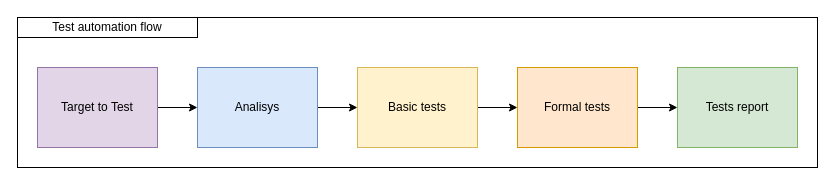
Before: page "Página-1" (1 of 2) of automationOverview.drawio in AvilaGTZ/TestAutomationWorkshop, a draw.io diagram. Source tidied: cells renumbered, new cells numbered last; positions are measured from the earlier drawing's top-left corner, leaving out a move shared by most shapes. Both pictures are drawn from the tidied source at 100%, with x=0, y=0 at pixel (17, 17).
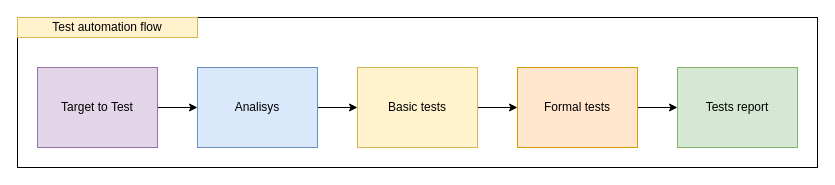
The same diagram, later.

Commit message:
Diagram updated with formal test proposal

The edit, as a diff of the source:
```diff
@@
 <mxGraphModel>
   <root>
     <mxCell id="0" />
     <mxCell id="1" parent="0" />
     <mxCell id="2" style="rounded=0;whiteSpace=wrap;html=1;" parent="1" vertex="1">
       <mxGeometry width="800" height="150" as="geometry" />
     </mxCell>
     <mxCell id="3" style="edgeStyle=orthogonalEdgeStyle;rounded=0;jettySize=auto;html=1;" parent="1" edge="1" source="4" target="6">
       <mxGeometry relative="1" as="geometry" />
     </mxCell>
     <mxCell id="4" value="Target to Test" style="rounded=0;whiteSpace=wrap;html=1;fillColor=#e1d5e7;strokeColor=#9673a6;" parent="1" vertex="1">
       <mxGeometry x="20" y="50" width="120" height="80" as="geometry" />
     </mxCell>
     <mxCell id="5" style="edgeStyle=orthogonalEdgeStyle;rounded=0;jettySize=auto;html=1;" parent="1" edge="1" source="6" target="8">
       <mxGeometry relative="1" as="geometry" />
     </mxCell>
     <mxCell id="6" value="Analisys" style="rounded=0;whiteSpace=wrap;html=1;fillColor=#dae8fc;strokeColor=#6c8ebf;" parent="1" vertex="1">
       <mxGeometry x="180" y="50" width="120" height="80" as="geometry" />
     </mxCell>
     <mxCell id="7" style="edgeStyle=orthogonalEdgeStyle;rounded=0;jettySize=auto;html=1;" parent="1" edge="1" source="8" target="10">
       <mxGeometry relative="1" as="geometry" />
     </mxCell>
     <mxCell id="8" value="Basic tests" style="rounded=0;whiteSpace=wrap;html=1;fillColor=#fff2cc;strokeColor=#d6b656;" parent="1" vertex="1">
       <mxGeometry x="340" y="50" width="120" height="80" as="geometry" />
     </mxCell>
     <mxCell id="9" style="edgeStyle=orthogonalEdgeStyle;rounded=0;jettySize=auto;html=1;" parent="1" edge="1" source="10" target="11">
       <mxGeometry relative="1" as="geometry" />
     </mxCell>
     <mxCell id="10" value="Formal tests" style="rounded=0;whiteSpace=wrap;html=1;fillColor=#ffe6cc;strokeColor=#d79b00;" parent="1" vertex="1">
       <mxGeometry x="500" y="50" width="120" height="80" as="geometry" />
     </mxCell>
     <mxCell id="11" value="Tests report" style="rounded=0;whiteSpace=wrap;html=1;fillColor=#d5e8d4;strokeColor=#82b366;" parent="1" vertex="1">
       <mxGeometry x="660" y="50" width="120" height="80" as="geometry" />
     </mxCell>
-    <mxCell id="12" value="Test automation flow" style="rounded=0;whiteSpace=wrap;html=1;" parent="1" vertex="1">
+    <mxCell id="12" value="Test automation flow" style="rounded=0;whiteSpace=wrap;html=1;fillColor=#fff2cc;strokeColor=#d6b656;" parent="1" vertex="1">
       <mxGeometry width="180" height="20" as="geometry" />
     </mxCell>
   </root>
 </mxGraphModel>
```
